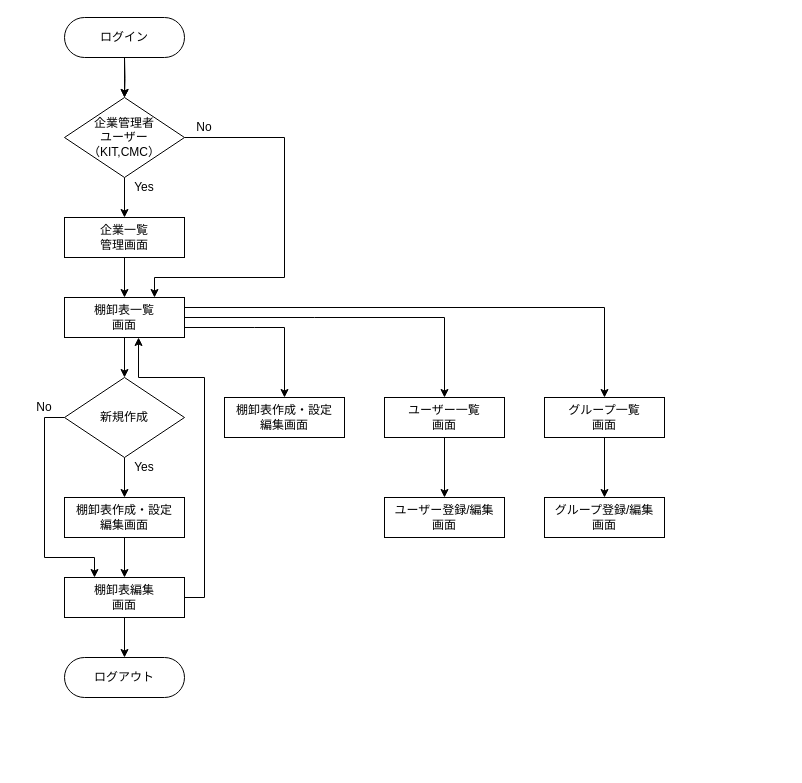
Earlier version of the draw.io diagram 名称未設定ファイル.drawio (yokokawa2625/test_bpm2). Source tidied: cells renumbered, new cells numbered last; positions are measured from the earlier drawing's top-left corner, leaving out a move shared by most shapes. Both pictures are drawn from the tidied source at 100%, with x=0, y=0 at pixel (24, 17).
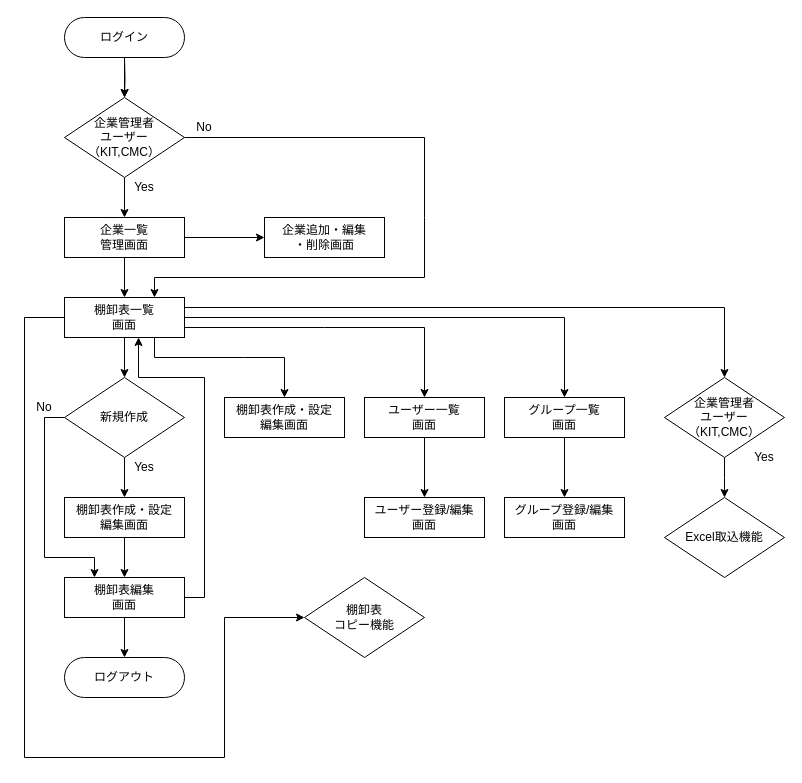
After the change.

Commit message:
Update 名称未設定ファイル.drawio

Unchanged cells that the change refers to:
```xml
<mxCell id="5" value="企業一覧&lt;br&gt;管理画面" style="rounded=0;whiteSpace=wrap;html=1;" parent="1" vertex="1">
  <mxGeometry x="40" y="200" width="120" height="40" as="geometry" />
</mxCell>
<mxCell id="10" value="棚卸表一覧&lt;br&gt;画面" style="rounded=0;whiteSpace=wrap;html=1;" parent="1" vertex="1">
  <mxGeometry x="40" y="280" width="120" height="40" as="geometry" />
</mxCell>
<mxCell id="11" value="棚卸表作成・設定&lt;br&gt;編集画面" style="rounded=0;whiteSpace=wrap;html=1;" parent="1" vertex="1">
  <mxGeometry x="200" y="380" width="120" height="40" as="geometry" />
</mxCell>
<mxCell id="19" value="企業管理者&lt;br&gt;ユーザー&lt;br&gt;（KIT,CMC）" style="rhombus;whiteSpace=wrap;html=1;" parent="1" vertex="1">
  <mxGeometry x="40" y="80" width="120" height="80" as="geometry" />
</mxCell>
```

What changed in the source:
```diff
@@
     <mxCell id="3" style="edgeStyle=none;rounded=0;jettySize=auto;html=1;entryX=0.75;entryY=0;entryDx=0;entryDy=0;exitX=1;exitY=0.5;exitDx=0;exitDy=0;" parent="1" edge="1" source="19" target="10">
       <mxGeometry relative="1" as="geometry">
         <Array as="points">
-          <mxPoint x="260" y="120" />
-          <mxPoint x="260" y="260" />
+          <mxPoint x="400" y="120" />
+          <mxPoint x="400" y="200" />
+          <mxPoint x="400" y="260" />
           <mxPoint x="130" y="260" />
         </Array>
       </mxGeometry>
     </mxCell>
@@
+    <mxCell id="36" style="edgeStyle=orthogonalEdgeStyle;rounded=0;jettySize=auto;html=1;" parent="1" edge="1" source="5" target="38">
+      <mxGeometry relative="1" as="geometry" />
+    </mxCell>
@@
-    <mxCell id="6" style="edgeStyle=none;rounded=0;jettySize=auto;html=1;entryX=0.5;entryY=0;entryDx=0;entryDy=0;exitX=1;exitY=0.75;exitDx=0;exitDy=0;" parent="1" edge="1" source="10" target="11">
+    <mxCell id="6" style="edgeStyle=none;rounded=0;jettySize=auto;html=1;entryX=0.5;entryY=0;entryDx=0;entryDy=0;exitX=0.75;exitY=1;exitDx=0;exitDy=0;" parent="1" edge="1" source="10" target="11">
       <mxGeometry relative="1" as="geometry">
         <Array as="points">
-          <mxPoint x="230" y="310" />
-          <mxPoint x="260" y="310" />
+          <mxPoint x="130" y="340" />
+          <mxPoint x="220" y="340" />
+          <mxPoint x="260" y="340" />
         </Array>
       </mxGeometry>
     </mxCell>
@@
-    <mxCell id="8" style="edgeStyle=none;rounded=0;jettySize=auto;html=1;entryX=0.5;entryY=0;entryDx=0;entryDy=0;exitX=1;exitY=0.5;exitDx=0;exitDy=0;" parent="1" edge="1" source="10" target="25">
+    <mxCell id="8" style="edgeStyle=none;rounded=0;jettySize=auto;html=1;entryX=0.5;entryY=0;entryDx=0;entryDy=0;exitX=1;exitY=0.75;exitDx=0;exitDy=0;" parent="1" edge="1" source="10" target="25">
       <mxGeometry relative="1" as="geometry">
         <Array as="points">
-          <mxPoint x="290" y="300" />
-          <mxPoint x="420" y="300" />
+          <mxPoint x="300" y="310" />
+          <mxPoint x="400" y="310" />
         </Array>
       </mxGeometry>
     </mxCell>
-    <mxCell id="9" style="edgeStyle=orthogonalEdgeStyle;rounded=0;jettySize=auto;html=1;entryX=0.5;entryY=0;entryDx=0;entryDy=0;exitX=1;exitY=0.25;exitDx=0;exitDy=0;" parent="1" edge="1" source="10" target="33">
+    <mxCell id="9" style="edgeStyle=orthogonalEdgeStyle;rounded=0;jettySize=auto;html=1;entryX=0.5;entryY=0;entryDx=0;entryDy=0;exitX=1;exitY=0.5;exitDx=0;exitDy=0;" parent="1" edge="1" source="10" target="33">
       <mxGeometry relative="1" as="geometry" />
     </mxCell>
+    <mxCell id="37" style="edgeStyle=orthogonalEdgeStyle;rounded=0;jettySize=auto;html=1;" parent="1" edge="1" source="10">
+      <mxGeometry relative="1" as="geometry">
+        <mxPoint x="280" y="600" as="targetPoint" />
+        <Array as="points">
+          <mxPoint y="300" />
+          <mxPoint y="740" />
+          <mxPoint x="200" y="740" />
+          <mxPoint x="200" y="600" />
+          <mxPoint x="280" y="600" />
+        </Array>
+      </mxGeometry>
+    </mxCell>
@@
     <mxCell id="25" value="ユーザー一覧&lt;br&gt;画面" style="rounded=0;whiteSpace=wrap;html=1;" parent="1" vertex="1">
-      <mxGeometry x="360" y="380" width="120" height="40" as="geometry" />
+      <mxGeometry x="340" y="380" width="120" height="40" as="geometry" />
     </mxCell>
@@
     <mxCell id="33" value="グループ一覧&lt;br&gt;画面" style="rounded=0;whiteSpace=wrap;html=1;" parent="1" vertex="1">
-      <mxGeometry x="520" y="380" width="120" height="40" as="geometry" />
+      <mxGeometry x="480" y="380" width="120" height="40" as="geometry" />
     </mxCell>
     <mxCell id="34" value="ユーザー登録/編集&lt;br&gt;画面" style="rounded=0;whiteSpace=wrap;html=1;" parent="1" vertex="1">
-      <mxGeometry x="360" y="480" width="120" height="40" as="geometry" />
+      <mxGeometry x="340" y="480" width="120" height="40" as="geometry" />
     </mxCell>
     <mxCell id="35" value="グループ登録/編集&lt;br&gt;画面" style="rounded=0;whiteSpace=wrap;html=1;" parent="1" vertex="1">
-      <mxGeometry x="520" y="480" width="120" height="40" as="geometry" />
+      <mxGeometry x="480" y="480" width="120" height="40" as="geometry" />
     </mxCell>
+    <mxCell id="38" value="企業追加・編集&lt;br&gt;・削除画面" style="whiteSpace=wrap;html=1;rounded=0;" parent="1" vertex="1">
+      <mxGeometry x="240" y="200" width="120" height="40" as="geometry" />
+    </mxCell>
+    <mxCell id="39" style="edgeStyle=orthogonalEdgeStyle;rounded=0;jettySize=auto;html=1;exitX=1;exitY=0.25;exitDx=0;exitDy=0;entryX=0.5;entryY=0;entryDx=0;entryDy=0;" parent="1" edge="1" source="10" target="41">
+      <mxGeometry relative="1" as="geometry" />
+    </mxCell>
+    <mxCell id="40" style="edgeStyle=orthogonalEdgeStyle;rounded=0;jettySize=auto;html=1;" parent="1" edge="1" source="41">
+      <mxGeometry relative="1" as="geometry">
+        <mxPoint x="700" y="480" as="targetPoint" />
+      </mxGeometry>
+    </mxCell>
+    <mxCell id="41" value="企業管理者&lt;br&gt;ユーザー&lt;br&gt;（KIT,CMC）" style="rhombus;whiteSpace=wrap;html=1;" parent="1" vertex="1">
+      <mxGeometry x="640" y="360" width="120" height="80" as="geometry" />
+    </mxCell>
+    <mxCell id="42" value="Yes" style="text;html=1;strokeColor=none;fillColor=none;align=center;verticalAlign=middle;whiteSpace=wrap;rounded=0;" parent="1" vertex="1">
+      <mxGeometry x="720" y="430" width="40" height="20" as="geometry" />
+    </mxCell>
+    <mxCell id="43" value="Excel取込機能" style="rhombus;whiteSpace=wrap;html=1;" parent="1" vertex="1">
+      <mxGeometry x="640" y="480" width="120" height="80" as="geometry" />
+    </mxCell>
+    <mxCell id="44" value="棚卸表&lt;br&gt;コピー機能" style="rhombus;whiteSpace=wrap;html=1;" parent="1" vertex="1">
+      <mxGeometry x="280" y="560" width="120" height="80" as="geometry" />
+    </mxCell>
```
